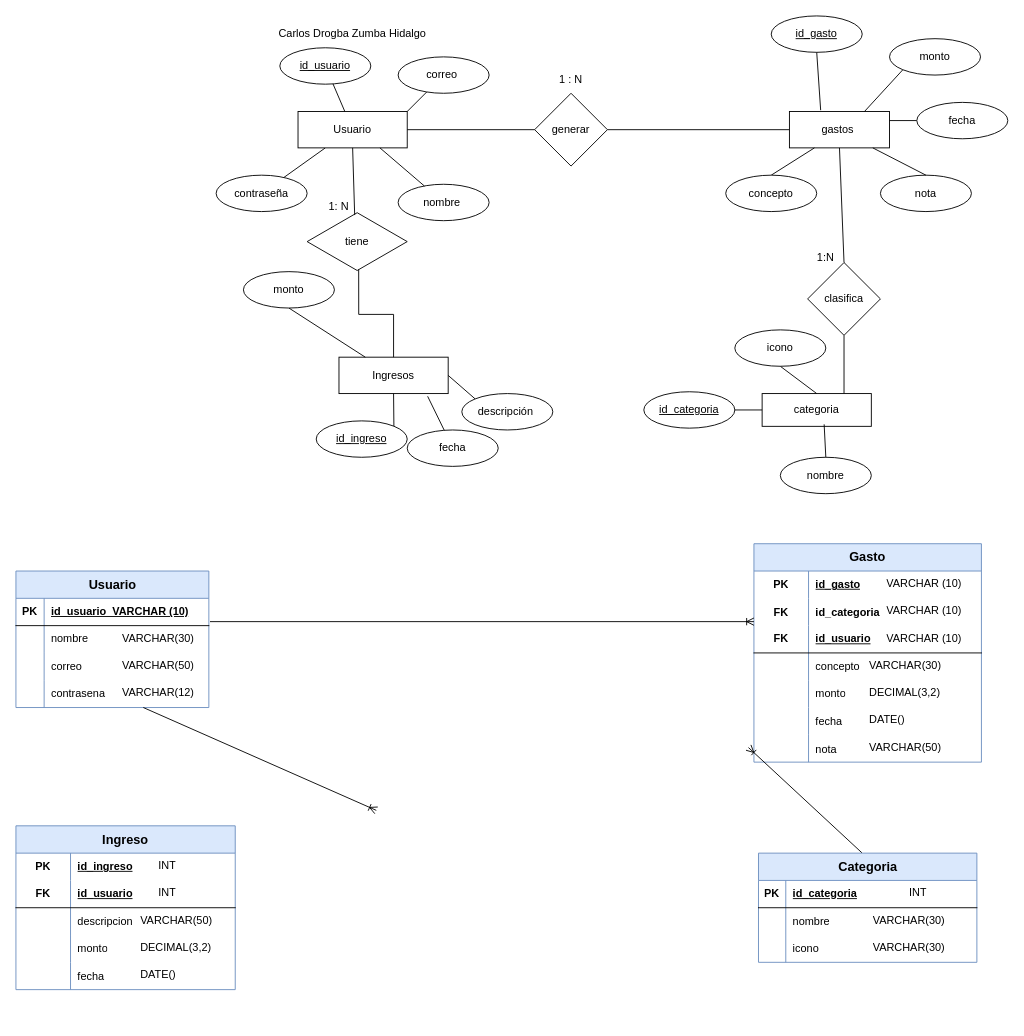
CarlosZumba16/Base-de-Datos-Unidad-1 keeps this draw.io diagram as Proyecto de unidad 1.drawio. Above is the earlier version. Source tidied: cells renumbered, new cells numbered last; positions are measured from the earlier drawing's top-left corner, leaving out a move shared by most shapes. Both pictures are drawn from the tidied source at 91%, with x=0, y=0 at pixel (15, 15).
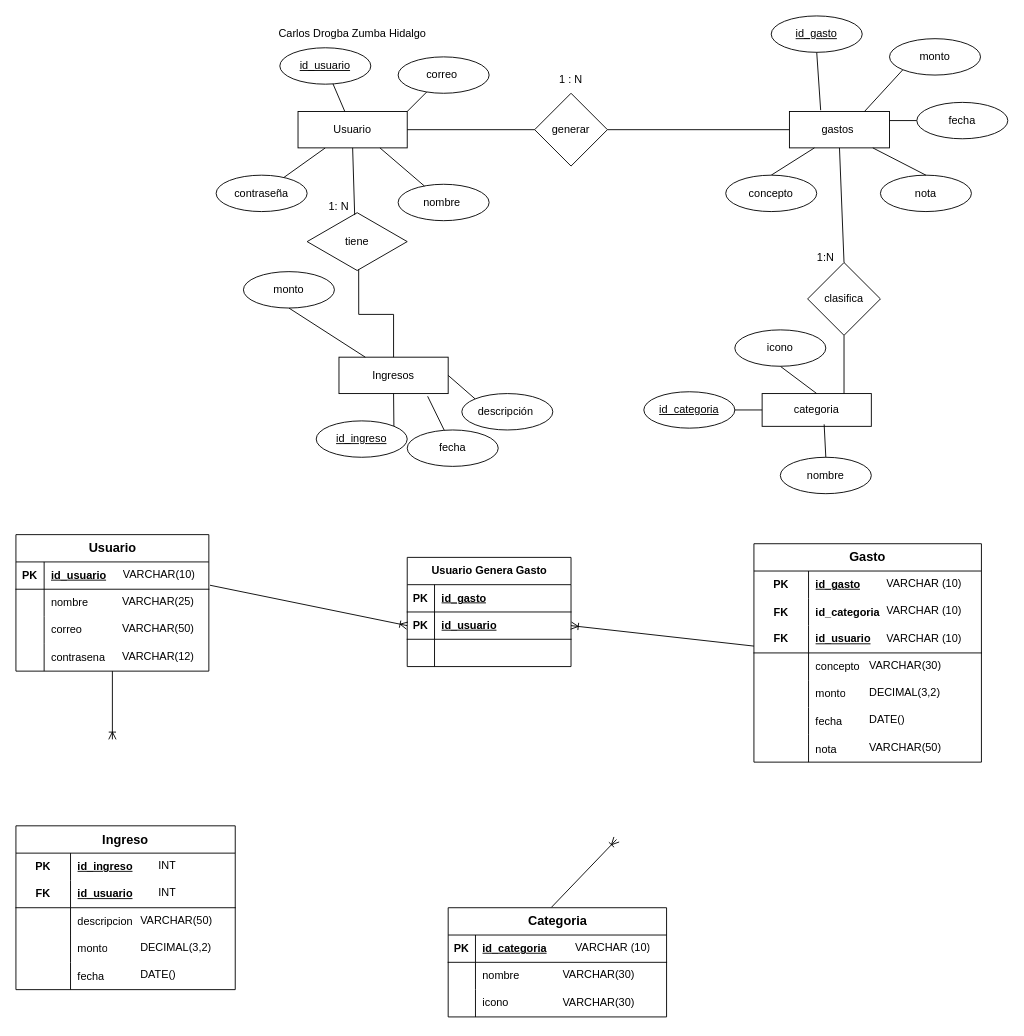
The same diagram, later.

Unchanged cells that the change refers to:
```xml
<mxCell id="52" style="shape=tableRow;horizontal=0;startSize=0;swimlaneHead=0;swimlaneBody=0;fillColor=none;points=[[0,0.5],[1,0.5]];portConstraint=eastwest;top=0;left=0;right=0;bottom=1;" parent="51" vertex="1">
  <mxGeometry y="30" width="212" height="30" as="geometry" />
</mxCell>
<mxCell id="61" style="shape=tableRow;horizontal=0;startSize=0;swimlaneHead=0;swimlaneBody=0;fillColor=none;points=[[0,0.5],[1,0.5]];portConstraint=eastwest;top=0;left=0;right=0;bottom=0;" parent="51" vertex="1">
  <mxGeometry y="120" width="212" height="30" as="geometry" />
</mxCell>
<mxCell id="103" style="shape=tableRow;horizontal=0;startSize=0;swimlaneHead=0;swimlaneBody=0;fillColor=none;points=[[0,0.5],[1,0.5]];portConstraint=eastwest;top=0;left=0;right=0;bottom=0;" parent="99" vertex="1">
  <mxGeometry y="60" width="250" height="30" as="geometry" />
</mxCell>
<mxCell id="107" value="FK" style="shape=partialRectangle;fillColor=none;top=0;left=0;bottom=0;right=0;fontStyle=1;overflow=hidden;html=1;whiteSpace=wrap;" parent="106" vertex="1">
  <mxGeometry width="60" height="30" as="geometry" />
</mxCell>
```

The edit, as a diff of the source:
```diff
@@
-    <mxCell id="51" value="&lt;font style=&quot;font-size: 14px;&quot;&gt;Usuario&lt;/font&gt;" style="shape=table;startSize=30;childLayout=tableLayout;rowLines=0;fontStyle=1;align=center;html=1;fillColor=#dae8fc;strokeColor=#6c8ebf;" parent="1" vertex="1">
-      <mxGeometry y="610" width="212" height="150" as="geometry" />
+    <mxCell id="51" value="&lt;font style=&quot;font-size: 14px;&quot;&gt;Usuario&lt;/font&gt;" style="shape=table;startSize=30;childLayout=tableLayout;rowLines=0;fontStyle=1;align=center;html=1;" parent="1" vertex="1">
+      <mxGeometry y="570" width="212" height="150" as="geometry" />
     </mxCell>
@@
-    <mxCell id="54" value="id_usuario&amp;nbsp; VARCHAR (10)" style="shape=partialRectangle;fillColor=none;top=0;left=0;bottom=0;right=0;align=left;spacingLeft=6;fontStyle=5;overflow=hidden;whiteSpace=wrap;html=1;strokeColor=inherit;" parent="52" vertex="1">
+    <mxCell id="54" value="id_usuario" style="shape=partialRectangle;fillColor=none;top=0;left=0;bottom=0;right=0;align=left;spacingLeft=6;fontStyle=5;overflow=hidden;whiteSpace=wrap;html=1;strokeColor=inherit;" parent="52" vertex="1">
       <mxGeometry x="31" width="181" height="30" as="geometry" />
     </mxCell>
@@
-    <mxCell id="64" value="&lt;font style=&quot;font-size: 14px;&quot;&gt;Ingreso&lt;/font&gt;" style="shape=table;startSize=30;childLayout=tableLayout;rowLines=0;fontStyle=1;align=center;html=1;whiteSpace=wrap;fillColor=#dae8fc;strokeColor=#6c8ebf;" parent="1" vertex="1">
+    <mxCell id="64" value="&lt;font style=&quot;font-size: 14px;&quot;&gt;Ingreso&lt;/font&gt;" style="shape=table;startSize=30;childLayout=tableLayout;rowLines=0;fontStyle=1;align=center;html=1;whiteSpace=wrap;" parent="1" vertex="1">
       <mxGeometry y="890" width="241" height="180" as="geometry" />
     </mxCell>
@@
     <mxCell id="82" style="fontSize=12;html=1;endArrow=ERoneToMany;rounded=0;" parent="1" edge="1" source="61">
       <mxGeometry relative="1" as="geometry">
-        <mxPoint x="396" y="873" as="targetPoint" />
+        <mxPoint x="106" y="795" as="targetPoint" />
       </mxGeometry>
     </mxCell>
-    <mxCell id="83" value="VARCHAR(30)" style="text;strokeColor=none;fillColor=none;spacingLeft=4;spacingRight=4;overflow=hidden;fontSize=12;whiteSpace=wrap;html=1;" parent="1" vertex="1">
-      <mxGeometry x="111" y="670" width="100" height="30" as="geometry" />
+    <mxCell id="83" value="VARCHAR(25)" style="text;strokeColor=none;fillColor=none;spacingLeft=4;spacingRight=4;overflow=hidden;fontSize=12;whiteSpace=wrap;html=1;" parent="1" vertex="1">
+      <mxGeometry x="111" y="630" width="100" height="30" as="geometry" />
     </mxCell>
     <mxCell id="84" value="VARCHAR(50)" style="text;strokeColor=none;fillColor=none;spacingLeft=4;spacingRight=4;overflow=hidden;fontSize=12;whiteSpace=wrap;html=1;" parent="1" vertex="1">
-      <mxGeometry x="111" y="700" width="100" height="30" as="geometry" />
+      <mxGeometry x="111" y="660" width="100" height="30" as="geometry" />
     </mxCell>
     <mxCell id="85" value="VARCHAR(12)" style="text;strokeColor=none;fillColor=none;spacingLeft=4;spacingRight=4;overflow=hidden;fontSize=12;whiteSpace=wrap;html=1;" parent="1" vertex="1">
-      <mxGeometry x="111" y="730" width="100" height="30" as="geometry" />
+      <mxGeometry x="111" y="690" width="100" height="30" as="geometry" />
     </mxCell>
@@
-    <mxCell id="89" value="&lt;font style=&quot;font-size: 14px;&quot;&gt;Categoria&lt;/font&gt;" style="shape=table;startSize=30;childLayout=tableLayout;rowLines=0;fontStyle=1;align=center;html=1;fillColor=#dae8fc;strokeColor=#6c8ebf;" parent="1" vertex="1">
-      <mxGeometry x="816" y="920" width="240" height="120" as="geometry" />
+    <mxCell id="89" value="&lt;font style=&quot;font-size: 14px;&quot;&gt;Categoria&lt;/font&gt;" style="shape=table;startSize=30;childLayout=tableLayout;rowLines=0;fontStyle=1;align=center;html=1;" parent="1" vertex="1">
+      <mxGeometry x="475" y="980" width="240" height="120" as="geometry" />
     </mxCell>
@@
-    <mxCell id="99" value="&lt;font style=&quot;font-size: 14px;&quot;&gt;Gasto&lt;/font&gt;" style="shape=table;startSize=30;childLayout=tableLayout;rowLines=0;fontStyle=1;align=center;html=1;whiteSpace=wrap;fillColor=#dae8fc;strokeColor=#6c8ebf;" parent="1" vertex="1">
+    <mxCell id="99" value="&lt;font style=&quot;font-size: 14px;&quot;&gt;Gasto&lt;/font&gt;" style="shape=table;startSize=30;childLayout=tableLayout;rowLines=0;fontStyle=1;align=center;html=1;whiteSpace=wrap;" parent="1" vertex="1">
       <mxGeometry x="811" y="580" width="250" height="240" as="geometry" />
     </mxCell>
@@
-    <mxCell id="121" style="fontSize=12;html=1;endArrow=ERoneToMany;rounded=0;exitX=1.006;exitY=0.854;exitDx=0;exitDy=0;exitPerimeter=0;entryX=0;entryY=0.854;entryDx=0;entryDy=0;entryPerimeter=0;" parent="1" edge="1" source="52" target="103">
+    <mxCell id="121" style="fontSize=12;html=1;endArrow=ERoneToMany;rounded=0;exitX=1.006;exitY=0.854;exitDx=0;exitDy=0;exitPerimeter=0;entryX=0;entryY=0.5;entryDx=0;entryDy=0;" parent="1" edge="1" source="52" target="137">
       <mxGeometry relative="1" as="geometry" />
     </mxCell>
     <mxCell id="122" style="fontSize=12;html=1;endArrow=ERoneToMany;rounded=0;exitX=0.473;exitY=-0.004;exitDx=0;exitDy=0;exitPerimeter=0;" parent="1" edge="1" source="89">
       <mxGeometry relative="1" as="geometry">
-        <mxPoint x="805" y="804" as="targetPoint" />
+        <mxPoint x="660" y="905" as="targetPoint" />
       </mxGeometry>
     </mxCell>
@@
-    <mxCell id="126" value="INT" style="text;strokeColor=none;fillColor=none;spacingLeft=4;spacingRight=4;overflow=hidden;fontSize=12;whiteSpace=wrap;html=1;" parent="1" vertex="1">
-      <mxGeometry x="976" y="950" width="40" height="30" as="geometry" />
+    <mxCell id="126" value="VARCHAR (10)" style="text;strokeColor=none;fillColor=none;spacingLeft=4;spacingRight=4;overflow=hidden;fontSize=12;whiteSpace=wrap;html=1;" parent="1" vertex="1">
+      <mxGeometry x="609" y="1010" width="100" height="30" as="geometry" />
     </mxCell>
@@
     <mxCell id="131" value="VARCHAR(30)" style="text;strokeColor=none;fillColor=none;spacingLeft=4;spacingRight=4;overflow=hidden;fontSize=12;whiteSpace=wrap;html=1;" parent="1" vertex="1">
-      <mxGeometry x="936" y="980" width="100" height="30" as="geometry" />
+      <mxGeometry x="595" y="1040" width="100" height="30" as="geometry" />
     </mxCell>
     <mxCell id="132" value="VARCHAR(30)" style="text;strokeColor=none;fillColor=none;spacingLeft=4;spacingRight=4;overflow=hidden;fontSize=12;whiteSpace=wrap;html=1;" parent="1" vertex="1">
-      <mxGeometry x="936" y="1010" width="100" height="30" as="geometry" />
+      <mxGeometry x="595" y="1070" width="100" height="30" as="geometry" />
     </mxCell>
+    <mxCell id="133" value="Usuario Genera Gasto" style="shape=table;startSize=30;childLayout=tableLayout;rowLines=0;fontStyle=1;align=center;html=1;" parent="1" vertex="1">
+      <mxGeometry x="430" y="595" width="180" height="120" as="geometry" />
+    </mxCell>
+    <mxCell id="134" style="shape=tableRow;horizontal=0;startSize=0;swimlaneHead=0;swimlaneBody=0;fillColor=none;top=0;left=0;right=0;bottom=1;" parent="133" vertex="1">
+      <mxGeometry y="30" width="180" height="30" as="geometry" />
+    </mxCell>
+    <mxCell id="135" value="PK" style="shape=partialRectangle;fillColor=none;top=0;left=0;bottom=0;right=0;fontStyle=1;overflow=hidden;whiteSpace=wrap;html=1;" parent="134" vertex="1">
+      <mxGeometry width="30" height="30" as="geometry" />
+    </mxCell>
+    <mxCell id="136" value="id_gasto" style="shape=partialRectangle;fillColor=none;top=0;left=0;bottom=0;right=0;align=left;spacingLeft=6;fontStyle=5;overflow=hidden;whiteSpace=wrap;html=1;" parent="134" vertex="1">
+      <mxGeometry x="30" width="150" height="30" as="geometry" />
+    </mxCell>
+    <mxCell id="137" style="shape=tableRow;horizontal=0;startSize=0;swimlaneHead=0;swimlaneBody=0;fillColor=none;points=[[0,0.5],[1,0.5]];portConstraint=eastwest;top=0;left=0;right=0;bottom=1;" parent="133" vertex="1">
+      <mxGeometry y="60" width="180" height="30" as="geometry" />
+    </mxCell>
+    <mxCell id="138" value="PK" style="shape=partialRectangle;fillColor=none;top=0;left=0;bottom=0;right=0;fontStyle=1;overflow=hidden;whiteSpace=wrap;html=1;" parent="137" vertex="1">
+      <mxGeometry width="30" height="30" as="geometry" />
+    </mxCell>
+    <mxCell id="139" value="id_usuario" style="shape=partialRectangle;fillColor=none;top=0;left=0;bottom=0;right=0;align=left;spacingLeft=6;fontStyle=5;overflow=hidden;whiteSpace=wrap;html=1;" parent="137" vertex="1">
+      <mxGeometry x="30" width="150" height="30" as="geometry" />
+    </mxCell>
+    <mxCell id="140" style="shape=tableRow;horizontal=0;startSize=0;swimlaneHead=0;swimlaneBody=0;fillColor=none;top=0;left=0;right=0;bottom=0;" parent="133" vertex="1">
+      <mxGeometry y="90" width="180" height="30" as="geometry" />
+    </mxCell>
+    <mxCell id="141" style="shape=partialRectangle;fillColor=none;top=0;left=0;bottom=0;right=0;overflow=hidden;whiteSpace=wrap;html=1;" parent="140" vertex="1">
+      <mxGeometry width="30" height="30" as="geometry" />
+    </mxCell>
+    <mxCell id="142" style="shape=partialRectangle;fillColor=none;top=0;left=0;bottom=0;right=0;align=left;spacingLeft=6;overflow=hidden;whiteSpace=wrap;html=1;" parent="140" vertex="1">
+      <mxGeometry x="30" width="150" height="30" as="geometry" />
+    </mxCell>
+    <mxCell id="143" style="fontSize=12;html=1;endArrow=ERoneToMany;rounded=0;exitX=0;exitY=0.75;exitDx=0;exitDy=0;entryX=1;entryY=0.5;entryDx=0;entryDy=0;" parent="1" edge="1" source="107" target="137">
+      <mxGeometry relative="1" as="geometry" />
+    </mxCell>
+    <mxCell id="144" value="VARCHAR(10)" style="text;strokeColor=none;fillColor=none;spacingLeft=4;spacingRight=4;overflow=hidden;fontSize=12;whiteSpace=wrap;html=1;" parent="1" vertex="1">
+      <mxGeometry x="112" y="600" width="100" height="30" as="geometry" />
+    </mxCell>
```
